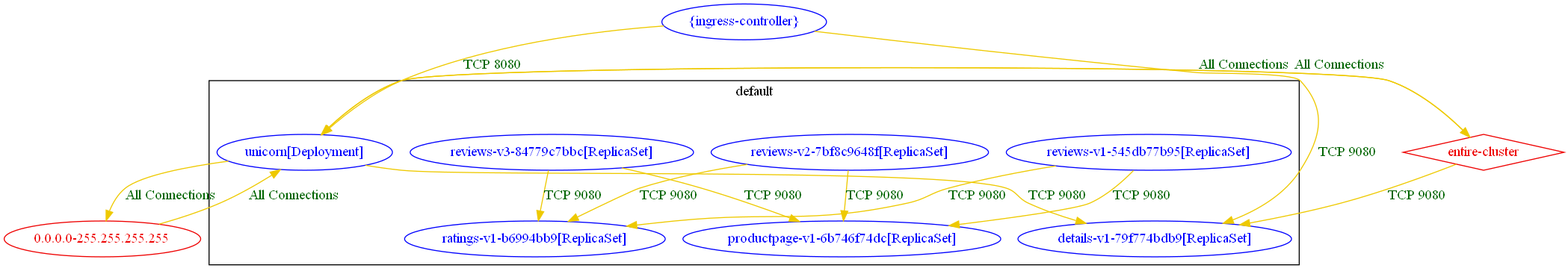
This is test_outputs/connlist/exposure_k8s_ingress_test_new_connlist_output.dot.png from np-guard/netpol-analyzer, a Graphviz export, as it was before one commit. Its source is kept beside it as test_outputs/connlist/exposure_k8s_ingress_test_new_connlist_output.dot. Source of this version:
```dot
digraph {
	subgraph "cluster_default" {
		color="black"
		fontcolor="black"
		"default/details-v1-79f774bdb9[ReplicaSet]" [label="details-v1-79f774bdb9[ReplicaSet]" color="blue" fontcolor="blue"]
		"default/productpage-v1-6b746f74dc[ReplicaSet]" [label="productpage-v1-6b746f74dc[ReplicaSet]" color="blue" fontcolor="blue"]
		"default/ratings-v1-b6994bb9[ReplicaSet]" [label="ratings-v1-b6994bb9[ReplicaSet]" color="blue" fontcolor="blue"]
		"default/reviews-v1-545db77b95[ReplicaSet]" [label="reviews-v1-545db77b95[ReplicaSet]" color="blue" fontcolor="blue"]
		"default/reviews-v2-7bf8c9648f[ReplicaSet]" [label="reviews-v2-7bf8c9648f[ReplicaSet]" color="blue" fontcolor="blue"]
		"default/reviews-v3-84779c7bbc[ReplicaSet]" [label="reviews-v3-84779c7bbc[ReplicaSet]" color="blue" fontcolor="blue"]
		"default/unicorn[Deployment]" [label="unicorn[Deployment]" color="blue" fontcolor="blue"]
		label="default"
	}
	"0.0.0.0-255.255.255.255" [label="0.0.0.0-255.255.255.255" color="red2" fontcolor="red2"]
	"entire-cluster" [label="entire-cluster" color="red2" fontcolor="red2" shape=diamond]
	"{ingress-controller}" [label="{ingress-controller}" color="blue" fontcolor="blue"]
	"0.0.0.0-255.255.255.255" -> "default/unicorn[Deployment]" [label="All Connections" color="gold2" fontcolor="darkgreen"]
	"default/reviews-v1-545db77b95[ReplicaSet]" -> "default/productpage-v1-6b746f74dc[ReplicaSet]" [label="TCP 9080" color="gold2" fontcolor="darkgreen"]
	"default/reviews-v1-545db77b95[ReplicaSet]" -> "default/ratings-v1-b6994bb9[ReplicaSet]" [label="TCP 9080" color="gold2" fontcolor="darkgreen"]
	"default/reviews-v2-7bf8c9648f[ReplicaSet]" -> "default/productpage-v1-6b746f74dc[ReplicaSet]" [label="TCP 9080" color="gold2" fontcolor="darkgreen"]
	"default/reviews-v2-7bf8c9648f[ReplicaSet]" -> "default/ratings-v1-b6994bb9[ReplicaSet]" [label="TCP 9080" color="gold2" fontcolor="darkgreen"]
	"default/reviews-v3-84779c7bbc[ReplicaSet]" -> "default/productpage-v1-6b746f74dc[ReplicaSet]" [label="TCP 9080" color="gold2" fontcolor="darkgreen"]
	"default/reviews-v3-84779c7bbc[ReplicaSet]" -> "default/ratings-v1-b6994bb9[ReplicaSet]" [label="TCP 9080" color="gold2" fontcolor="darkgreen"]
	"default/unicorn[Deployment]" -> "0.0.0.0-255.255.255.255" [label="All Connections" color="gold2" fontcolor="darkgreen"]
	"default/unicorn[Deployment]" -> "default/details-v1-79f774bdb9[ReplicaSet]" [label="TCP 9080" color="gold2" fontcolor="darkgreen"]
	"default/unicorn[Deployment]" -> "entire-cluster" [label="All Connections" color="gold2" fontcolor="darkgreen"]
	"entire-cluster" -> "default/details-v1-79f774bdb9[ReplicaSet]" [label="TCP 9080" color="gold2" fontcolor="darkgreen"]
	"entire-cluster" -> "default/unicorn[Deployment]" [label="All Connections" color="gold2" fontcolor="darkgreen"]
	"{ingress-controller}" -> "default/details-v1-79f774bdb9[ReplicaSet]" [label="TCP 9080" color="gold2" fontcolor="darkgreen"]
	"{ingress-controller}" -> "default/unicorn[Deployment]" [label="TCP 8080" color="gold2" fontcolor="darkgreen"]
}
```
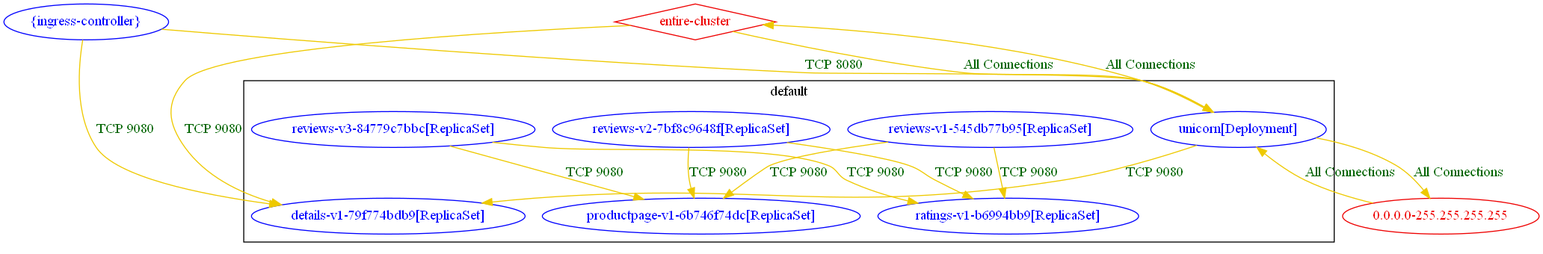
After the commit.

Diff of the diagram source:
```diff
@@ -23,9 +23,9 @@
 	"default/reviews-v3-84779c7bbc[ReplicaSet]" -> "default/ratings-v1-b6994bb9[ReplicaSet]" [label="TCP 9080" color="gold2" fontcolor="darkgreen"]
 	"default/unicorn[Deployment]" -> "0.0.0.0-255.255.255.255" [label="All Connections" color="gold2" fontcolor="darkgreen"]
 	"default/unicorn[Deployment]" -> "default/details-v1-79f774bdb9[ReplicaSet]" [label="TCP 9080" color="gold2" fontcolor="darkgreen"]
-	"default/unicorn[Deployment]" -> "entire-cluster" [label="All Connections" color="gold2" fontcolor="darkgreen"]
-	"entire-cluster" -> "default/details-v1-79f774bdb9[ReplicaSet]" [label="TCP 9080" color="gold2" fontcolor="darkgreen"]
-	"entire-cluster" -> "default/unicorn[Deployment]" [label="All Connections" color="gold2" fontcolor="darkgreen"]
+	"default/unicorn[Deployment]" -> "entire-cluster" [label="All Connections" color="gold2" fontcolor="darkgreen" weight=0.5]
+	"entire-cluster" -> "default/details-v1-79f774bdb9[ReplicaSet]" [label="TCP 9080" color="gold2" fontcolor="darkgreen" weight=1]
+	"entire-cluster" -> "default/unicorn[Deployment]" [label="All Connections" color="gold2" fontcolor="darkgreen" weight=1]
 	"{ingress-controller}" -> "default/details-v1-79f774bdb9[ReplicaSet]" [label="TCP 9080" color="gold2" fontcolor="darkgreen"]
 	"{ingress-controller}" -> "default/unicorn[Deployment]" [label="TCP 8080" color="gold2" fontcolor="darkgreen"]
 }
```
